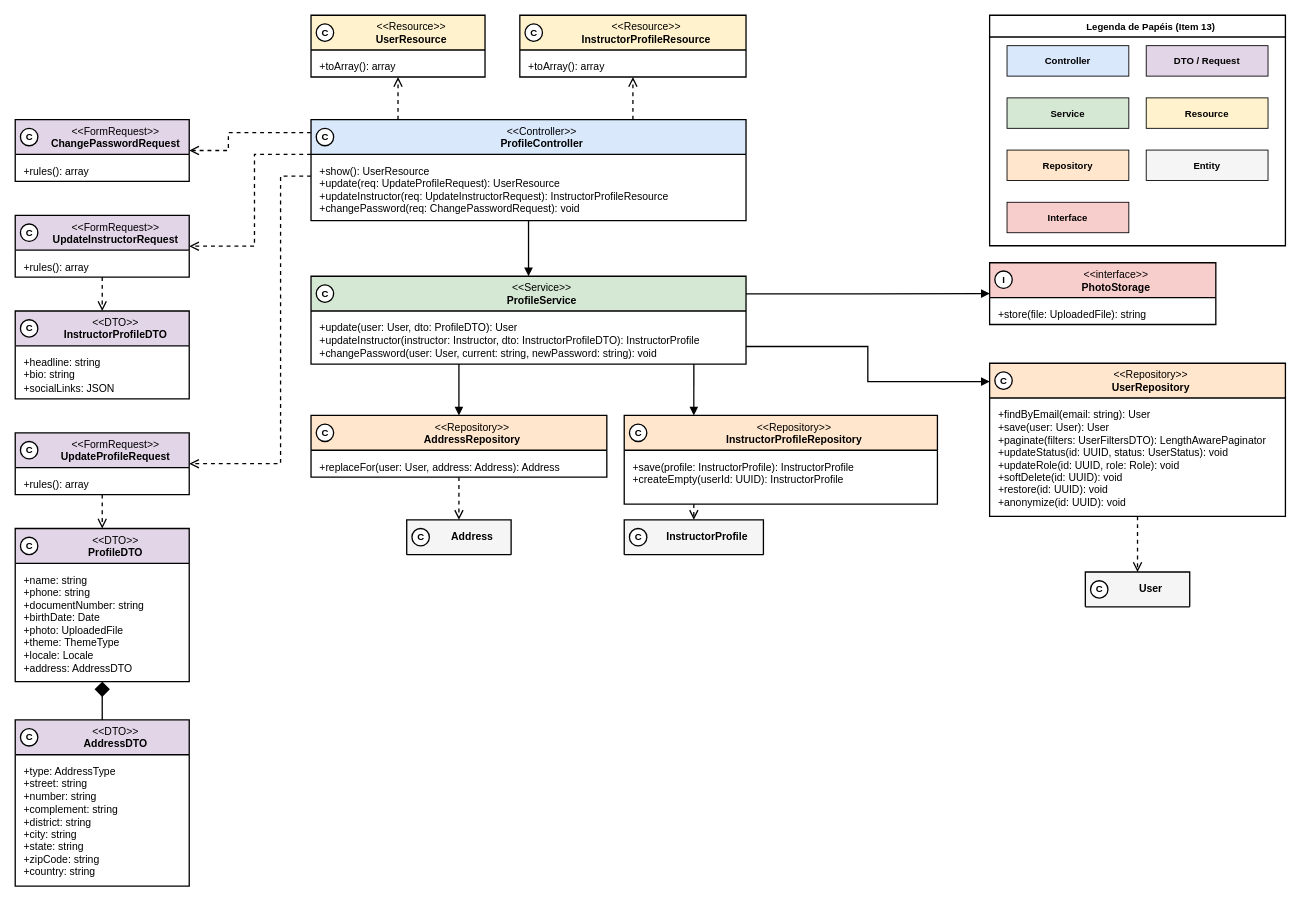
Before: especificacao/diagramas/13-classes-area-a-implementacao-perfil.drawio in Plataforma-de-Cursos-TCC/plataforma-cursos-docs, a draw.io diagram. Source tidied: cells renumbered, new cells numbered last; positions are measured from the earlier drawing's top-left corner, leaving out a move shared by most shapes. Both pictures are drawn from the tidied source at 87%, with x=0, y=0 at pixel (15, 15).
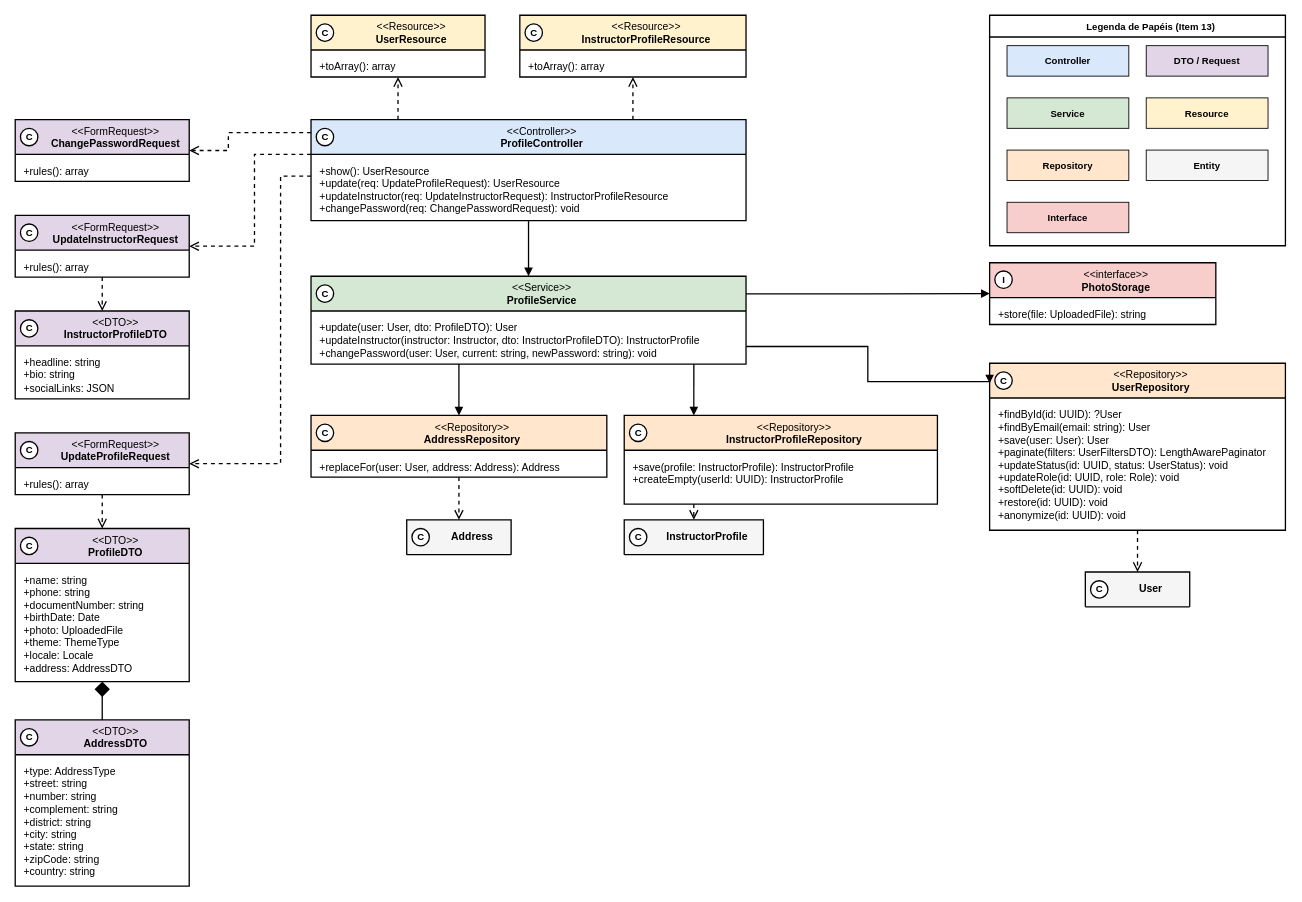
The same diagram, later.

Commit message (it also covers changes not shown here):
fix(especificacao): fix entity attributes, repository methods, and sql in area A

What changed in the source:
```diff
@@
     <mxCell id="31" value="&amp;lt;&amp;lt;Repository&amp;gt;&amp;gt;&lt;br&gt;&lt;b&gt;UserRepository&lt;/b&gt;" style="swimlane;html=1;fontStyle=0;align=center;verticalAlign=top;startSize=40;fillColor=#FFE6CC;swimlaneFillColor=#FFFFFF;strokeColor=#000000;strokeWidth=1.5;fontFamily=Helvetica;fontSize=12;fontColor=#000000;rounded=0;spacingLeft=30;" parent="1" vertex="1">
-      <mxGeometry x="1120" y="400" width="340" height="176" as="geometry" />
+      <mxGeometry x="1120" y="400" width="340" height="192" as="geometry" />
     </mxCell>
-    <mxCell id="32" value="+findByEmail(email: string): User&lt;br&gt;+save(user: User): User&lt;br&gt;+paginate(filters: UserFiltersDTO): LengthAwarePaginator&lt;br&gt;+updateStatus(id: UUID, status: UserStatus): void&lt;br&gt;+updateRole(id: UUID, role: Role): void&lt;br&gt;+softDelete(id: UUID): void&lt;br&gt;+restore(id: UUID): void&lt;br&gt;+anonymize(id: UUID): void" style="text;html=1;align=left;verticalAlign=top;spacingLeft=8;spacingRight=8;spacingTop=6;fontSize=12;fontFamily=Helvetica;fontColor=#000000;strokeColor=none;fillColor=none;whiteSpace=wrap;" parent="31" vertex="1">
-      <mxGeometry y="40" width="340" height="136" as="geometry" />
+    <mxCell id="32" value="+findById(id: UUID): ?User&lt;br&gt;+findByEmail(email: string): User&lt;br&gt;+save(user: User): User&lt;br&gt;+paginate(filters: UserFiltersDTO): LengthAwarePaginator&lt;br&gt;+updateStatus(id: UUID, status: UserStatus): void&lt;br&gt;+updateRole(id: UUID, role: Role): void&lt;br&gt;+softDelete(id: UUID): void&lt;br&gt;+restore(id: UUID): void&lt;br&gt;+anonymize(id: UUID): void" style="text;html=1;align=left;verticalAlign=top;spacingLeft=8;spacingRight=8;spacingTop=6;fontSize=12;fontFamily=Helvetica;fontColor=#000000;strokeColor=none;fillColor=none;whiteSpace=wrap;" parent="31" vertex="1">
+      <mxGeometry y="40" width="340" height="152" as="geometry" />
     </mxCell>
```
